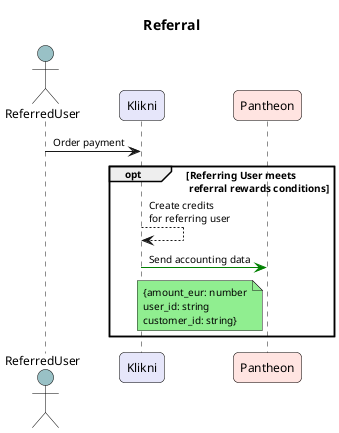
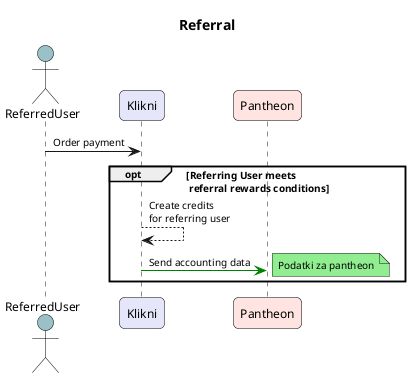
@startuml Referral
title Referral

' === Compact Sequence Styling ===
skinparam defaultFontSize 10
skinparam sequence {
    MessageSpacing 15
    ParticipantSpacing 50
}

' === Actor / Participant Styling ===
skinparam actor {
    FontName Arial
    FontSize 12
    BorderColor Black
    BackgroundColor #ADD8E6
    RoundCorner 10
    MinWidth 120
    MinHeight 120
}

skinparam participant {
    FontName Arial
    FontSize 12
    BorderColor Black
    RoundCorner 10
    MinWidth 140
    MinHeight 100
}

' === Participant Colors ===
' Use stereotypes for coloring specific entities
' actor User as user #B0E0E6
actor ReferredUser as refuser #99c1c6ff
' actor Driver as driver #F0E68C
' actor Business as business #D3D3D3
participant Klikni as klikni #E6E6FA
' participant Stripe as stripe #FFDAB9
participant Pantheon as pantheon #FFE4E1


' === Sequence ===
refuser -> klikni: Order payment
opt Referring User meets\n referral rewards conditions
    klikni --> klikni: Create credits\nfor referring user
    klikni -[#green]> pantheon: Send accounting data
-     note left of pantheon #LightGreen
-     {amount_eur: number
-     user_id: string
-     customer_id: string}
+     note right #LightGreen
+     Podatki za pantheon
    end note
- end opt
+ end
@enduml
